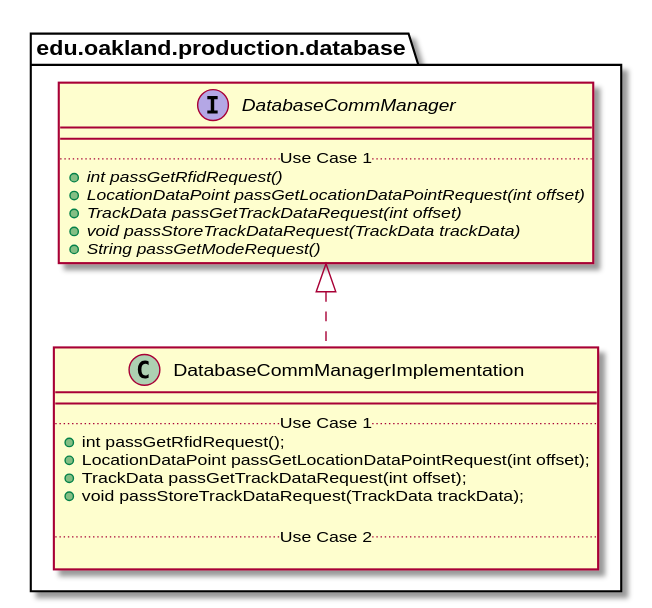
The PlantUML diagram docs/uml-class-diagrams/database/production/DatabaseCommManagerImplementation/DatabaseCommManagerImplementation_DirectDependencies.svg in andrewdimmer/csi-3370-software-project, before a commit. Its diagram source:
```plantuml
@startuml DatabaseCommManagerImplementation_DirectDependencies


package edu.oakland.production.database {
    class DatabaseCommManagerImplementation {
        __
        .. Use Case 1 ..
        + int passGetRfidRequest();
        + LocationDataPoint passGetLocationDataPointRequest(int offset);
        + TrackData passGetTrackDataRequest(int offset);
        + void passStoreTrackDataRequest(TrackData trackData);

        .. Use Case 2 ..

    }
}



package edu.oakland.production.database {
    interface DatabaseCommManager {
        __
        .. Use Case 1 ..
        {abstract} + int passGetRfidRequest()
        {abstract} + LocationDataPoint passGetLocationDataPointRequest(int offset)
        {abstract} + TrackData passGetTrackDataRequest(int offset)
        {abstract} + void passStoreTrackDataRequest(TrackData trackData)
        {abstract} + String passGetModeRequest()
    }
}

DatabaseCommManagerImplementation .up.|> DatabaseCommManager





@enduml
```
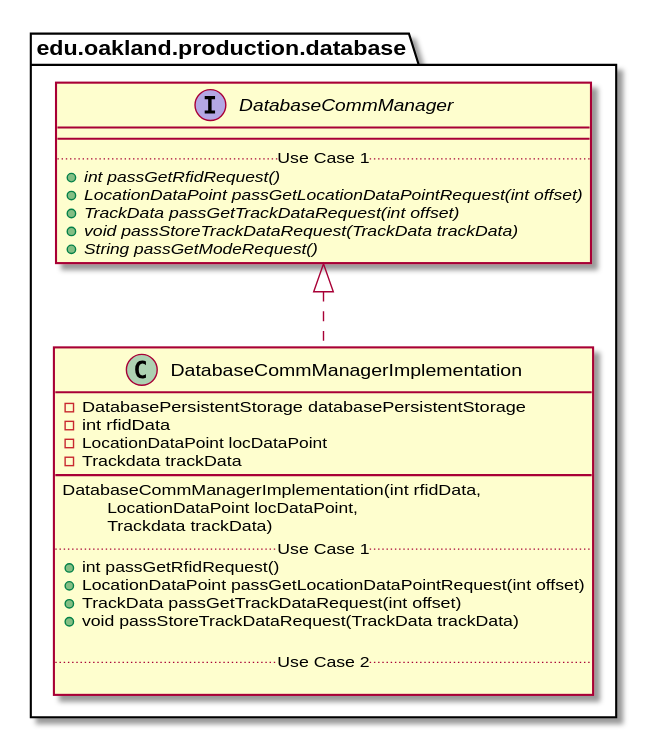
After the change.

What changed in the source:
```diff
@@ -3,12 +3,19 @@
 
 package edu.oakland.production.database {
     class DatabaseCommManagerImplementation {
+        - DatabasePersistentStorage databasePersistentStorage
+        - int rfidData
+        - LocationDataPoint locDataPoint
+        - Trackdata trackData
         __
+        DatabaseCommManagerImplementation(int rfidData,
+         \tLocationDataPoint locDataPoint,
+         \tTrackdata trackData)
         .. Use Case 1 ..
-        + int passGetRfidRequest();
-        + LocationDataPoint passGetLocationDataPointRequest(int offset);
-        + TrackData passGetTrackDataRequest(int offset);
-        + void passStoreTrackDataRequest(TrackData trackData);
+        + int passGetRfidRequest()
+        + LocationDataPoint passGetLocationDataPointRequest(int offset)
+        + TrackData passGetTrackDataRequest(int offset)
+        + void passStoreTrackDataRequest(TrackData trackData)
 
         .. Use Case 2 ..
 
```
